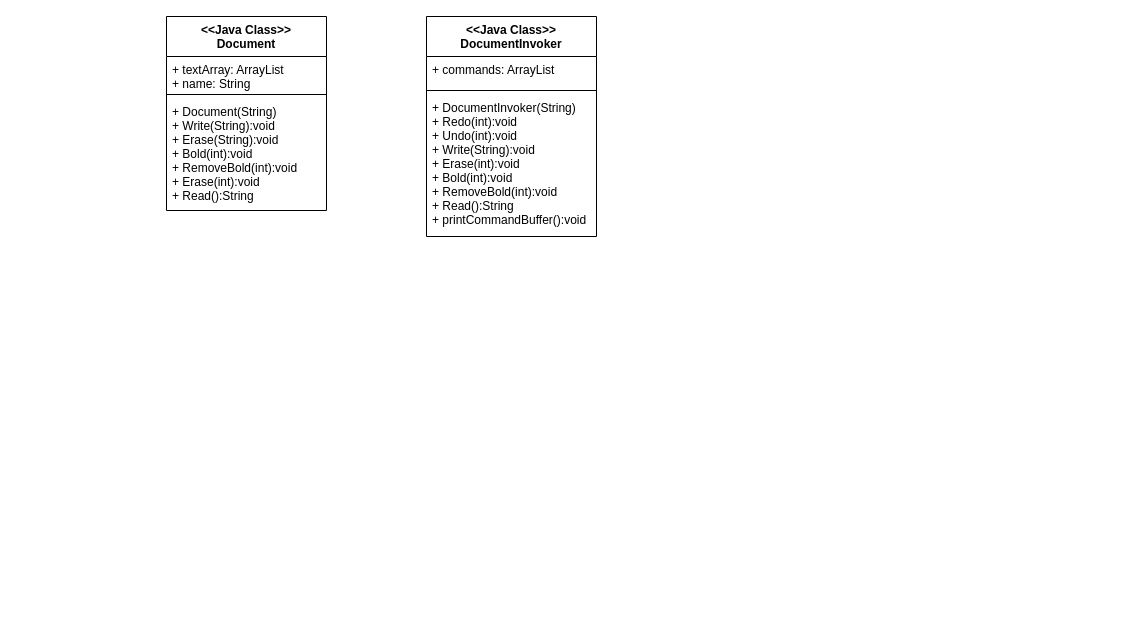
Earlier version of the draw.io diagram CommandUML.drawio (Zophed/CommandUML). Source tidied: cells renumbered, new cells numbered last; positions are measured from the earlier drawing's top-left corner, leaving out a move shared by most shapes. Both pictures are drawn from the tidied source at 100%, with x=0, y=0 at pixel (166, 16).
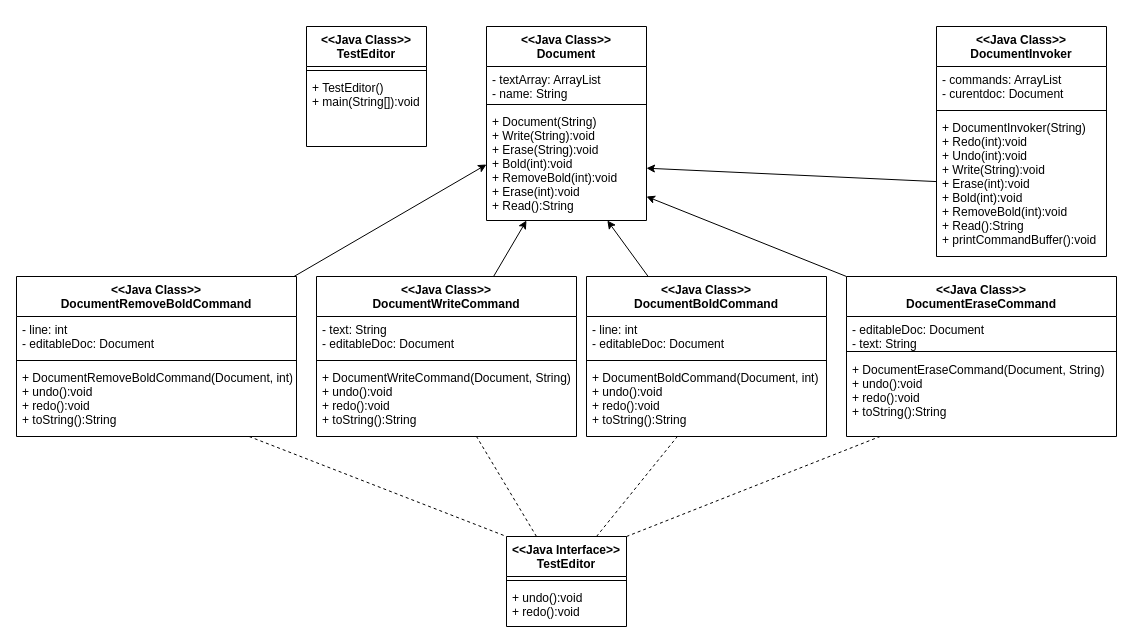
The same page after the edit.

Unchanged cells that the change refers to:
```xml
<mxCell id="5" value="+ Document(String)&#10;+ Write(String):void&#10;+ Erase(String):void&#10;+ Bold(int):void&#10;+ RemoveBold(int):void&#10;+ Erase(int):void&#10;+ Read():String&#10;" style="text;strokeColor=none;fillColor=none;align=left;verticalAlign=top;spacingLeft=4;spacingRight=4;overflow=hidden;points=[[0,0.5],[1,0.5]];portConstraint=eastwest;" parent="2" vertex="1">
  <mxGeometry y="82" width="160" height="112" as="geometry" />
</mxCell>
```

What changed in the source:
```diff
@@
     <mxCell id="2" value="&lt;&lt;Java Class&gt;&gt;&#10;Document" style="swimlane;fontStyle=1;align=center;verticalAlign=top;horizontal=1;startSize=40;" parent="1" vertex="1">
-      <mxGeometry width="160" height="194" as="geometry" />
+      <mxGeometry x="320" y="10" width="160" height="194" as="geometry" />
     </mxCell>
-    <mxCell id="3" value="+ textArray: ArrayList&#10;+ name: String&#10;" style="text;strokeColor=none;fillColor=none;align=left;verticalAlign=top;spacingLeft=4;spacingRight=4;overflow=hidden;" parent="2" vertex="1">
+    <mxCell id="3" value="- textArray: ArrayList&#10;- name: String&#10;" style="text;strokeColor=none;fillColor=none;align=left;verticalAlign=top;spacingLeft=4;spacingRight=4;overflow=hidden;" parent="2" vertex="1">
       <mxGeometry y="40" width="160" height="34" as="geometry" />
     </mxCell>
@@
     <mxCell id="6" value="&lt;&lt;Java Class&gt;&gt;&#10;DocumentInvoker" style="swimlane;fontStyle=1;align=center;verticalAlign=top;horizontal=1;startSize=40;" parent="1" vertex="1">
-      <mxGeometry x="260" width="170" height="220" as="geometry" />
+      <mxGeometry x="770" y="10" width="170" height="230" as="geometry" />
     </mxCell>
-    <mxCell id="7" value="+ commands: ArrayList&#10;" style="text;strokeColor=none;fillColor=none;align=left;verticalAlign=top;spacingLeft=4;spacingRight=4;overflow=hidden;" parent="6" vertex="1">
-      <mxGeometry y="40" width="170" height="30" as="geometry" />
+    <mxCell id="7" value="- commands: ArrayList&#10;- curentdoc: Document&#10;&#10;" style="text;strokeColor=none;fillColor=none;align=left;verticalAlign=top;spacingLeft=4;spacingRight=4;overflow=hidden;" parent="6" vertex="1">
+      <mxGeometry y="40" width="170" height="40" as="geometry" />
     </mxCell>
     <mxCell id="8" style="line;strokeWidth=1;fillColor=none;align=left;verticalAlign=middle;spacingTop=-1;spacingLeft=3;spacingRight=3;labelPosition=right;" parent="6" vertex="1">
-      <mxGeometry y="70" width="170" height="8" as="geometry" />
+      <mxGeometry y="80" width="170" height="8" as="geometry" />
     </mxCell>
     <mxCell id="9" value="+ DocumentInvoker(String)&#10;+ Redo(int):void&#10;+ Undo(int):void&#10;+ Write(String):void&#10;+ Erase(int):void&#10;+ Bold(int):void&#10;+ RemoveBold(int):void&#10;+ Read():String&#10;+ printCommandBuffer():void&#10;&#10;" style="text;strokeColor=none;fillColor=none;align=left;verticalAlign=top;spacingLeft=4;spacingRight=4;overflow=hidden;points=[[0,0.5],[1,0.5]];portConstraint=eastwest;" parent="6" vertex="1">
-      <mxGeometry y="78" width="170" height="142" as="geometry" />
+      <mxGeometry y="88" width="170" height="142" as="geometry" />
     </mxCell>
+    <mxCell id="10" style="endArrow=classic;html=1;" parent="1" edge="1" source="9" target="5">
+      <mxGeometry relative="1" as="geometry" />
+    </mxCell>
+    <mxCell id="11" value="&lt;&lt;Java Class&gt;&gt;&#10;DocumentEraseCommand" style="swimlane;fontStyle=1;align=center;verticalAlign=top;horizontal=1;startSize=40;" parent="1" vertex="1">
+      <mxGeometry x="680" y="260" width="270" height="160" as="geometry" />
+    </mxCell>
+    <mxCell id="12" value="- editableDoc: Document&#10;- text: String&#10;" style="text;strokeColor=none;fillColor=none;align=left;verticalAlign=top;spacingLeft=4;spacingRight=4;overflow=hidden;" parent="11" vertex="1">
+      <mxGeometry y="40" width="270" height="30" as="geometry" />
+    </mxCell>
+    <mxCell id="13" style="line;strokeWidth=1;fillColor=none;align=left;verticalAlign=middle;spacingTop=-1;spacingLeft=3;spacingRight=3;labelPosition=right;" parent="11" vertex="1">
+      <mxGeometry y="70" width="270" height="10" as="geometry" />
+    </mxCell>
+    <mxCell id="14" value="+ DocumentEraseCommand(Document, String)&#10;+ undo():void&#10;+ redo():void&#10;+ toString():String&#10;&#10;" style="text;strokeColor=none;fillColor=none;align=left;verticalAlign=top;spacingLeft=4;spacingRight=4;overflow=hidden;points=[[0,0.5],[1,0.5]];portConstraint=eastwest;" parent="11" vertex="1">
+      <mxGeometry y="80" width="270" height="80" as="geometry" />
+    </mxCell>
+    <mxCell id="15" style="endArrow=classic;html=1;exitX=0;exitY=0;exitDx=0;exitDy=0;" parent="1" edge="1" source="11" target="5">
+      <mxGeometry relative="1" as="geometry" />
+    </mxCell>
+    <mxCell id="16" value="&lt;&lt;Java Class&gt;&gt;&#10;DocumentBoldCommand" style="swimlane;fontStyle=1;align=center;verticalAlign=top;horizontal=1;startSize=40;" parent="1" vertex="1">
+      <mxGeometry x="420" y="260" width="240" height="160" as="geometry" />
+    </mxCell>
+    <mxCell id="17" value="- line: int&#10;- editableDoc: Document&#10;" style="text;strokeColor=none;fillColor=none;align=left;verticalAlign=top;spacingLeft=4;spacingRight=4;overflow=hidden;" parent="16" vertex="1">
+      <mxGeometry y="40" width="240" height="40" as="geometry" />
+    </mxCell>
+    <mxCell id="18" style="line;strokeWidth=1;fillColor=none;align=left;verticalAlign=middle;spacingTop=-1;spacingLeft=3;spacingRight=3;labelPosition=right;" parent="16" vertex="1">
+      <mxGeometry y="80" width="240" height="8" as="geometry" />
+    </mxCell>
+    <mxCell id="19" value="+ DocumentBoldCommand(Document, int)&#10;+ undo():void&#10;+ redo():void&#10;+ toString():String&#10;" style="text;strokeColor=none;fillColor=none;align=left;verticalAlign=top;spacingLeft=4;spacingRight=4;overflow=hidden;points=[[0,0.5],[1,0.5]];portConstraint=eastwest;" parent="16" vertex="1">
+      <mxGeometry y="88" width="240" height="72" as="geometry" />
+    </mxCell>
+    <mxCell id="20" style="endArrow=classic;html=1;" parent="1" edge="1" source="16" target="5">
+      <mxGeometry relative="1" as="geometry" />
+    </mxCell>
+    <mxCell id="21" value="&lt;&lt;Java Class&gt;&gt;&#10;DocumentWriteCommand" style="swimlane;fontStyle=1;align=center;verticalAlign=top;horizontal=1;startSize=40;" parent="1" vertex="1">
+      <mxGeometry x="150" y="260" width="260" height="160" as="geometry" />
+    </mxCell>
+    <mxCell id="22" value="- text: String&#10;- editableDoc: Document&#10;" style="text;strokeColor=none;fillColor=none;align=left;verticalAlign=top;spacingLeft=4;spacingRight=4;overflow=hidden;" parent="21" vertex="1">
+      <mxGeometry y="40" width="260" height="40" as="geometry" />
+    </mxCell>
+    <mxCell id="23" style="line;strokeWidth=1;fillColor=none;align=left;verticalAlign=middle;spacingTop=-1;spacingLeft=3;spacingRight=3;labelPosition=right;" parent="21" vertex="1">
+      <mxGeometry y="80" width="260" height="8" as="geometry" />
+    </mxCell>
+    <mxCell id="24" value="+ DocumentWriteCommand(Document, String)&#10;+ undo():void&#10;+ redo():void&#10;+ toString():String&#10;" style="text;strokeColor=none;fillColor=none;align=left;verticalAlign=top;spacingLeft=4;spacingRight=4;overflow=hidden;" parent="21" vertex="1">
+      <mxGeometry y="88" width="260" height="72" as="geometry" />
+    </mxCell>
+    <mxCell id="25" style="endArrow=classic;html=1;entryX=0.25;entryY=1;entryDx=0;entryDy=0;" parent="1" edge="1" source="21" target="2">
+      <mxGeometry relative="1" as="geometry" />
+    </mxCell>
+    <mxCell id="26" value="&lt;&lt;Java Class&gt;&gt;&#10;DocumentRemoveBoldCommand" style="swimlane;fontStyle=1;align=center;verticalAlign=top;horizontal=1;startSize=40;" parent="1" vertex="1">
+      <mxGeometry x="-150" y="260" width="280" height="160" as="geometry" />
+    </mxCell>
+    <mxCell id="27" value="- line: int&#10;- editableDoc: Document&#10;" style="text;strokeColor=none;fillColor=none;align=left;verticalAlign=top;spacingLeft=4;spacingRight=4;overflow=hidden;" parent="26" vertex="1">
+      <mxGeometry y="40" width="280" height="40" as="geometry" />
+    </mxCell>
+    <mxCell id="28" style="line;strokeWidth=1;fillColor=none;align=left;verticalAlign=middle;spacingTop=-1;spacingLeft=3;spacingRight=3;labelPosition=right;" parent="26" vertex="1">
+      <mxGeometry y="80" width="280" height="8" as="geometry" />
+    </mxCell>
+    <mxCell id="29" value="+ DocumentRemoveBoldCommand(Document, int)&#10;+ undo():void&#10;+ redo():void&#10;+ toString():String&#10;" style="text;strokeColor=none;fillColor=none;align=left;verticalAlign=top;spacingLeft=4;spacingRight=4;overflow=hidden;points=[[0,0.5],[1,0.5]];portConstraint=eastwest;" parent="26" vertex="1">
+      <mxGeometry y="88" width="280" height="72" as="geometry" />
+    </mxCell>
+    <mxCell id="30" style="endArrow=classic;html=1;entryX=0;entryY=0.5;entryDx=0;entryDy=0;" parent="1" edge="1" source="26" target="5">
+      <mxGeometry relative="1" as="geometry" />
+    </mxCell>
+    <mxCell id="31" value="&lt;&lt;Java Class&gt;&gt;&#10;TestEditor" style="swimlane;fontStyle=1;align=center;verticalAlign=top;horizontal=1;startSize=40;" parent="1" vertex="1">
+      <mxGeometry x="140" y="10" width="120" height="120" as="geometry" />
+    </mxCell>
+    <mxCell id="32" style="line;strokeWidth=1;fillColor=none;align=left;verticalAlign=middle;spacingTop=-1;spacingLeft=3;spacingRight=3;labelPosition=right;" parent="31" vertex="1">
+      <mxGeometry y="40" width="120" height="8" as="geometry" />
+    </mxCell>
+    <mxCell id="33" value="+ TestEditor()&#10;+ main(String[]):void&#10;" style="text;strokeColor=none;fillColor=none;align=left;verticalAlign=top;spacingLeft=4;spacingRight=4;overflow=hidden;" parent="31" vertex="1">
+      <mxGeometry y="48" width="120" height="72" as="geometry" />
+    </mxCell>
+    <mxCell id="34" value="&lt;&lt;Java Interface&gt;&gt;&#10;TestEditor" style="swimlane;fontStyle=1;align=center;verticalAlign=top;horizontal=1;startSize=40;" parent="1" vertex="1">
+      <mxGeometry x="340" y="520" width="120" height="90" as="geometry" />
+    </mxCell>
+    <mxCell id="35" style="line;strokeWidth=1;fillColor=none;align=left;verticalAlign=middle;spacingTop=-1;spacingLeft=3;spacingRight=3;labelPosition=right;" parent="34" vertex="1">
+      <mxGeometry y="40" width="120" height="8" as="geometry" />
+    </mxCell>
+    <mxCell id="36" value="+ undo():void&#10;+ redo():void&#10;" style="text;strokeColor=none;fillColor=none;align=left;verticalAlign=top;spacingLeft=4;spacingRight=4;overflow=hidden;" parent="34" vertex="1">
+      <mxGeometry y="48" width="120" height="42" as="geometry" />
+    </mxCell>
+    <mxCell id="37" style="endArrow=none;dashed=1;html=1;entryX=0;entryY=0;entryDx=0;entryDy=0;" parent="1" edge="1" source="29" target="34">
+      <mxGeometry relative="1" as="geometry" />
+    </mxCell>
+    <mxCell id="38" style="endArrow=none;dashed=1;html=1;exitX=0.25;exitY=0;exitDx=0;exitDy=0;" parent="1" edge="1" source="34">
+      <mxGeometry relative="1" as="geometry">
+        <mxPoint x="310" y="420" as="targetPoint" />
+      </mxGeometry>
+    </mxCell>
+    <mxCell id="39" style="endArrow=none;dashed=1;html=1;exitX=0.75;exitY=0;exitDx=0;exitDy=0;" parent="1" edge="1" source="34" target="19">
+      <mxGeometry relative="1" as="geometry" />
+    </mxCell>
+    <mxCell id="40" style="endArrow=none;dashed=1;html=1;exitX=1;exitY=0;exitDx=0;exitDy=0;" parent="1" edge="1" source="34" target="14">
+      <mxGeometry relative="1" as="geometry" />
+    </mxCell>
```
